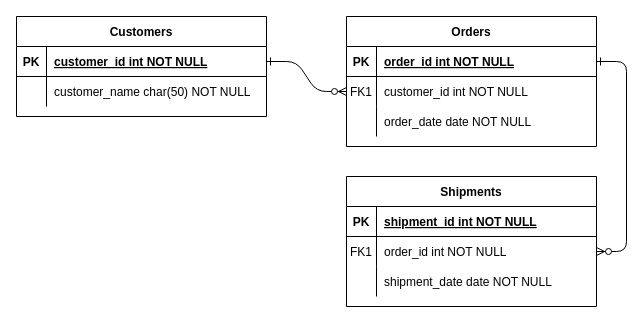
The draw.io diagram ER다이어그램.drawio in GunwooJo/codefeedbackFE, before the edit. Source tidied: cells renumbered, new cells numbered last; positions are measured from the earlier drawing's top-left corner, leaving out a move shared by most shapes. Both pictures are drawn from the tidied source at 100%, with x=0, y=0 at pixel (16, 16).
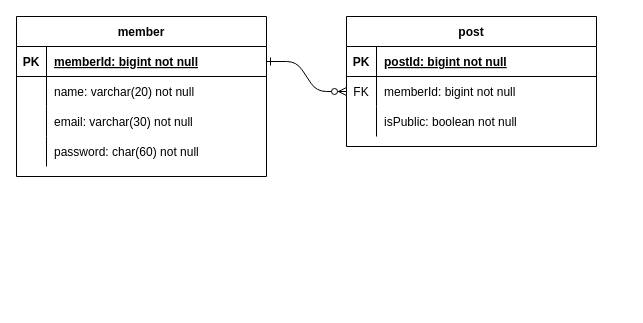
The same page after the edit.

Commit message:
member테이블 생성, post 테이블 작성 중

Unchanged cells that the change refers to:
```xml
<mxCell id="5" style="shape=partialRectangle;fillColor=none;points=[[0,0.5],[1,0.5]];portConstraint=eastwest;top=0;left=0;right=0;bottom=1;" parent="4" vertex="1">
  <mxGeometry y="30" width="250" height="30" as="geometry" />
</mxCell>
<mxCell id="8" style="shape=partialRectangle;fillColor=none;points=[[0,0.5],[1,0.5]];portConstraint=eastwest;top=0;left=0;right=0;bottom=0;" parent="4" vertex="1">
  <mxGeometry y="60" width="250" height="30" as="geometry" />
</mxCell>
<mxCell id="11" style="shape=partialRectangle;fillColor=none;top=0;left=0;right=0;bottom=0;" parent="4" vertex="1">
  <mxGeometry y="90" width="250" height="30" as="geometry" />
</mxCell>
<mxCell id="25" style="shape=partialRectangle;fillColor=none;points=[[0,0.5],[1,0.5]];portConstraint=eastwest;top=0;left=0;right=0;bottom=1;" parent="24" vertex="1">
  <mxGeometry y="30" width="250" height="30" as="geometry" />
</mxCell>
<mxCell id="28" style="shape=partialRectangle;fillColor=none;top=0;left=0;right=0;bottom=0;" parent="24" vertex="1">
  <mxGeometry y="60" width="250" height="30" as="geometry" />
</mxCell>
```

The edit, as a diff of the source:
```diff
@@
-    <mxCell id="3" style="edgeStyle=entityRelationEdgeStyle;endArrow=ERzeroToMany;startArrow=ERone;endFill=1;startFill=0;" parent="1" edge="1" source="5" target="18">
-      <mxGeometry relative="1" as="geometry" />
-    </mxCell>
-    <mxCell id="4" value="Orders" style="shape=table;startSize=30;childLayout=tableLayout;rowLines=0;fontStyle=1;align=center;" parent="1" vertex="1">
+    <mxCell id="4" value="post" style="shape=table;startSize=30;childLayout=tableLayout;rowLines=0;fontStyle=1;align=center;" parent="1" vertex="1">
       <mxGeometry x="330" width="250" height="130" as="geometry" />
     </mxCell>
@@
-    <mxCell id="7" value="order_id int NOT NULL " style="shape=partialRectangle;overflow=hidden;fillColor=none;top=0;left=0;bottom=0;right=0;align=left;spacingLeft=6;fontStyle=5;" parent="5" vertex="1">
+    <mxCell id="7" value="postId: bigint not null" style="shape=partialRectangle;overflow=hidden;fillColor=none;top=0;left=0;bottom=0;right=0;align=left;spacingLeft=6;fontStyle=5;" parent="5" vertex="1">
       <mxGeometry x="30" width="220" height="30" as="geometry" />
     </mxCell>
@@
-    <mxCell id="9" value="FK1" style="shape=partialRectangle;overflow=hidden;fillColor=none;top=0;left=0;bottom=0;right=0;" parent="8" vertex="1">
+    <mxCell id="9" value="FK" style="shape=partialRectangle;overflow=hidden;fillColor=none;top=0;left=0;bottom=0;right=0;" parent="8" vertex="1">
       <mxGeometry width="30" height="30" as="geometry" />
     </mxCell>
-    <mxCell id="10" value="customer_id int NOT NULL" style="shape=partialRectangle;overflow=hidden;fillColor=none;top=0;left=0;bottom=0;right=0;align=left;spacingLeft=6;" parent="8" vertex="1">
+    <mxCell id="10" value="memberId: bigint not null" style="shape=partialRectangle;overflow=hidden;fillColor=none;top=0;left=0;bottom=0;right=0;align=left;spacingLeft=6;" parent="8" vertex="1">
       <mxGeometry x="30" width="220" height="30" as="geometry" />
     </mxCell>
@@
-    <mxCell id="13" value="order_date date NOT NULL" style="shape=partialRectangle;overflow=hidden;fillColor=none;top=0;left=0;bottom=0;right=0;align=left;spacingLeft=6;" parent="11" vertex="1">
+    <mxCell id="13" value="isPublic: boolean not null" style="shape=partialRectangle;overflow=hidden;fillColor=none;top=0;left=0;bottom=0;right=0;align=left;spacingLeft=6;" parent="11" vertex="1">
       <mxGeometry x="30" width="220" height="30" as="geometry" />
     </mxCell>
-    <mxCell id="14" value="Shipments" style="shape=table;startSize=30;childLayout=tableLayout;rowLines=0;fontStyle=1;align=center;" parent="1" vertex="1">
-      <mxGeometry x="330" y="160" width="250" height="130" as="geometry" />
-    </mxCell>
-    <mxCell id="15" style="shape=partialRectangle;fillColor=none;top=0;left=0;right=0;bottom=1;" parent="14" vertex="1">
-      <mxGeometry y="30" width="250" height="30" as="geometry" />
-    </mxCell>
-    <mxCell id="16" value="PK" style="shape=partialRectangle;overflow=hidden;fillColor=none;top=0;left=0;bottom=0;right=0;fontStyle=1;" parent="15" vertex="1">
-      <mxGeometry width="30" height="30" as="geometry" />
-    </mxCell>
-    <mxCell id="17" value="shipment_id int NOT NULL " style="shape=partialRectangle;overflow=hidden;fillColor=none;top=0;left=0;bottom=0;right=0;align=left;spacingLeft=6;fontStyle=5;" parent="15" vertex="1">
-      <mxGeometry x="30" width="220" height="30" as="geometry" />
-    </mxCell>
-    <mxCell id="18" style="shape=partialRectangle;fillColor=none;points=[[0,0.5],[1,0.5]];portConstraint=eastwest;top=0;left=0;right=0;bottom=0;" parent="14" vertex="1">
-      <mxGeometry y="60" width="250" height="30" as="geometry" />
-    </mxCell>
-    <mxCell id="19" value="FK1" style="shape=partialRectangle;overflow=hidden;fillColor=none;top=0;left=0;bottom=0;right=0;" parent="18" vertex="1">
-      <mxGeometry width="30" height="30" as="geometry" />
-    </mxCell>
-    <mxCell id="20" value="order_id int NOT NULL" style="shape=partialRectangle;overflow=hidden;fillColor=none;top=0;left=0;bottom=0;right=0;align=left;spacingLeft=6;" parent="18" vertex="1">
-      <mxGeometry x="30" width="220" height="30" as="geometry" />
-    </mxCell>
-    <mxCell id="21" style="shape=partialRectangle;fillColor=none;top=0;left=0;right=0;bottom=0;" parent="14" vertex="1">
-      <mxGeometry y="90" width="250" height="30" as="geometry" />
-    </mxCell>
-    <mxCell id="22" style="shape=partialRectangle;overflow=hidden;fillColor=none;top=0;left=0;bottom=0;right=0;" parent="21" vertex="1">
-      <mxGeometry width="30" height="30" as="geometry" />
-    </mxCell>
-    <mxCell id="23" value="shipment_date date NOT NULL" style="shape=partialRectangle;overflow=hidden;fillColor=none;top=0;left=0;bottom=0;right=0;align=left;spacingLeft=6;" parent="21" vertex="1">
-      <mxGeometry x="30" width="220" height="30" as="geometry" />
-    </mxCell>
-    <mxCell id="24" value="Customers" style="shape=table;startSize=30;childLayout=tableLayout;rowLines=0;fontStyle=1;align=center;" parent="1" vertex="1">
-      <mxGeometry width="250" height="100" as="geometry" />
+    <mxCell id="24" value="member" style="shape=table;startSize=30;childLayout=tableLayout;rowLines=0;fontStyle=1;align=center;" parent="1" vertex="1">
+      <mxGeometry width="250" height="160" as="geometry" />
     </mxCell>
@@
-    <mxCell id="27" value="customer_id int NOT NULL " style="shape=partialRectangle;overflow=hidden;fillColor=none;top=0;left=0;bottom=0;right=0;align=left;spacingLeft=6;fontStyle=5;" parent="25" vertex="1">
+    <mxCell id="27" value="memberId: bigint not null" style="shape=partialRectangle;overflow=hidden;fillColor=none;top=0;left=0;bottom=0;right=0;align=left;spacingLeft=6;fontStyle=5;" parent="25" vertex="1">
       <mxGeometry x="30" width="220" height="30" as="geometry" />
     </mxCell>
@@
-    <mxCell id="30" value="customer_name char(50) NOT NULL" style="shape=partialRectangle;overflow=hidden;fillColor=none;top=0;left=0;bottom=0;right=0;align=left;spacingLeft=6;" parent="28" vertex="1">
+    <mxCell id="30" value="name: varchar(20) not null" style="shape=partialRectangle;overflow=hidden;fillColor=none;top=0;left=0;bottom=0;right=0;align=left;spacingLeft=6;" parent="28" vertex="1">
       <mxGeometry x="30" width="220" height="30" as="geometry" />
     </mxCell>
+    <mxCell id="21" style="shape=partialRectangle;fillColor=none;top=0;left=0;right=0;bottom=0;" parent="24" vertex="1">
+      <mxGeometry y="90" width="250" height="30" as="geometry" />
+    </mxCell>
+    <mxCell id="31" style="shape=partialRectangle;overflow=hidden;fillColor=none;top=0;left=0;bottom=0;right=0;" parent="21" vertex="1">
+      <mxGeometry width="30" height="30" as="geometry" />
+    </mxCell>
+    <mxCell id="32" value="email: varchar(30) not null    " style="shape=partialRectangle;overflow=hidden;fillColor=none;top=0;left=0;bottom=0;right=0;align=left;spacingLeft=6;" parent="21" vertex="1">
+      <mxGeometry x="30" width="220" height="30" as="geometry" />
+    </mxCell>
+    <mxCell id="33" style="shape=partialRectangle;fillColor=none;top=0;left=0;right=0;bottom=0;" parent="24" vertex="1">
+      <mxGeometry y="120" width="250" height="30" as="geometry" />
+    </mxCell>
+    <mxCell id="34" style="shape=partialRectangle;overflow=hidden;fillColor=none;top=0;left=0;bottom=0;right=0;" parent="33" vertex="1">
+      <mxGeometry width="30" height="30" as="geometry" />
+    </mxCell>
+    <mxCell id="35" value="password: char(60) not null" style="shape=partialRectangle;overflow=hidden;fillColor=none;top=0;left=0;bottom=0;right=0;align=left;spacingLeft=6;" parent="33" vertex="1">
+      <mxGeometry x="30" width="220" height="30" as="geometry" />
+    </mxCell>
```
